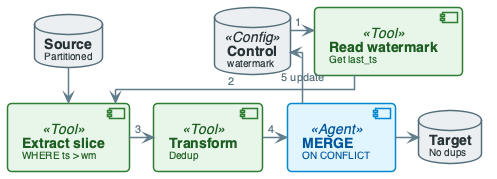
Before: diagrams/week04/week4_practice_slide18_incremental_rerun.png, a diagram exported from PlantUML (OrPerets/data-engineering-course).
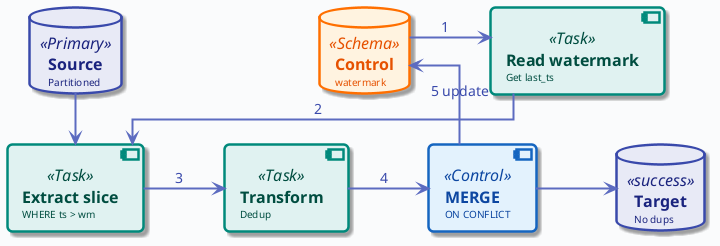
The same file after the commit.

The edit, as a diff of the source:
```diff
@@ -1,137 +1,22 @@
 @startuml
 
+!include ../_template_styles.puml
+
 top to bottom direction
-skinparam linetype ortho
-skinparam shadowing false
-skinparam roundcorner 8
-skinparam handwritten false
-skinparam nodesep 24
-skinparam ranksep 28
 
-skinparam defaultFontName "Segoe UI, Helvetica, sans-serif"
-skinparam defaultFontSize 16
-skinparam defaultFontColor #2C3E50
+database "**Control**\n<size:10>watermark</size>" as CTRL <<Schema>>
 
-skinparam rectangle {
-    BackgroundColor #F8F9FA
-    BorderColor #90A4AE
-    BorderThickness 2
-    FontColor #263238
-    FontSize 14
-    FontStyle bold
-    Padding 20
-}
+component "**Read watermark**\n<size:10>Get last_ts</size>" as READ <<Task>>
 
-skinparam component {
-    BackgroundColor #FFFFFF
-    BorderColor #78909C
-    BorderThickness 1.5
-    FontSize 14
-    Padding 12
-}
+database "**Source**\n<size:10>Partitioned</size>" as SRC <<Primary>>
 
-skinparam database {
-    BackgroundColor #ECEFF1
-    BorderColor #546E7A
-    BorderThickness 1.5
-    FontSize 14
-    FontColor #263238
-}
+component "**Extract slice**\n<size:10>WHERE ts > wm</size>" as EXTRACT <<Task>>
 
-skinparam arrow {
-    Color #607D8B
-    Thickness 1.5
-    FontSize 11
-    FontColor #546E7A
-}
+component "**Transform**\n<size:10>Dedup</size>" as TRANSFORM <<Task>>
 
-skinparam component<<UI>> {
-    BorderColor #8E24AA
-    BackgroundColor #F3E5F5
-    FontColor #4A148C
-}
+component "**MERGE**\n<size:10>ON CONFLICT</size>" as MERGE <<Control>>
 
-skinparam component<<Agent>> {
-    BorderColor #0288D1
-    BackgroundColor #E1F5FE
-    FontColor #01579B
-}
-
-skinparam component<<Tool>> {
-    BorderColor #2E7D32
-    BackgroundColor #E8F5E9
-    FontColor #1B5E20
-}
-
-skinparam component<<Config>> {
-    BorderColor #F57C00
-    BackgroundColor #FFF3E0
-    FontColor #E65100
-}
-
-skinparam component<<Bad>> {
-    BorderColor #C62828
-    BackgroundColor #FFEBEE
-    FontColor #B71C1C
-}
-
-skinparam component<<V1>> {
-    BorderColor #F57C00
-    BackgroundColor #FFF3E0
-    FontColor #E65100
-}
-
-skinparam component<<V2>> {
-    BorderColor #2E7D32
-    BackgroundColor #E8F5E9
-    FontColor #1B5E20
-}
-
-skinparam component<<up>> {
-    BackgroundColor #E8F5E9
-    BorderColor #2E7D32
-}
-
-skinparam component<<down>> {
-    BackgroundColor #FFEBEE
-    BorderColor #C62828
-}
-
-skinparam database<<up>> {
-    BackgroundColor #E8F5E9
-    BorderColor #2E7D32
-}
-
-skinparam database<<down>> {
-    BackgroundColor #FFEBEE
-    BorderColor #C62828
-}
-
-skinparam component<<success>> {
-    BackgroundColor #E8F5E9
-    BorderColor #2E7D32
-}
-
-skinparam component<<failure>> {
-    BackgroundColor #FFEBEE
-    BorderColor #C62828
-}
-
-
-
-database "**Control**\n<size:10>watermark</size>" as CTRL <<Config>>
-
-component "**Read watermark**\n<size:10>Get last_ts</size>" as READ <<Tool>>
-
-database "**Source**\n<size:10>Partitioned</size>" as SRC
-
-component "**Extract slice**\n<size:10>WHERE ts > wm</size>" as EXTRACT <<Tool>>
-
-component "**Transform**\n<size:10>Dedup</size>" as TRANSFORM <<Tool>>
-
-component "**MERGE**\n<size:10>ON CONFLICT</size>" as MERGE <<Agent>>
-
-database "**Target**\n<size:10>No dups</size>" as TGT
+database "**Target**\n<size:10>No dups</size>" as TGT <<success>>
 
 CTRL -right-> READ : "1"
 READ -right-> EXTRACT : "2"
```
